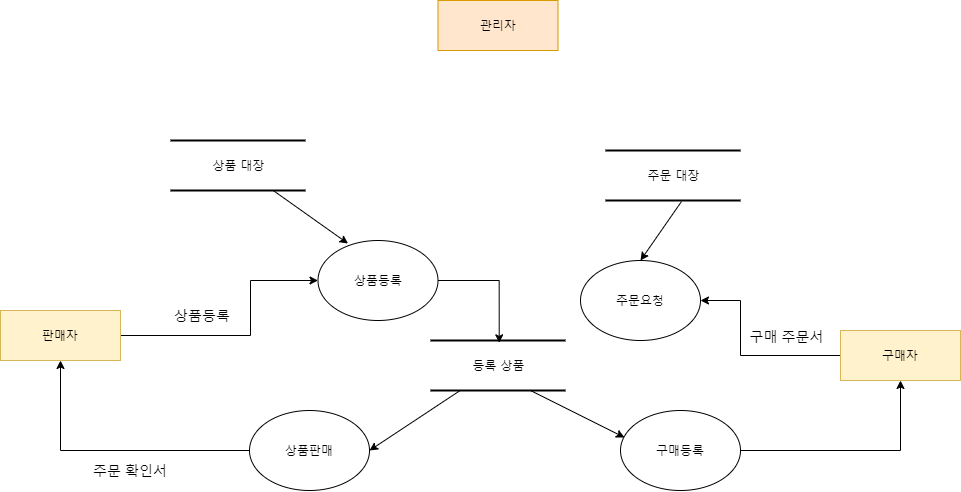
Earlier version of the draw.io export Untitled Diagram.png (osiris0607/Project). Source tidied: cells renumbered, new cells last; positions are measured from the earlier drawing's top-left corner, leaving out a move shared by most shapes.
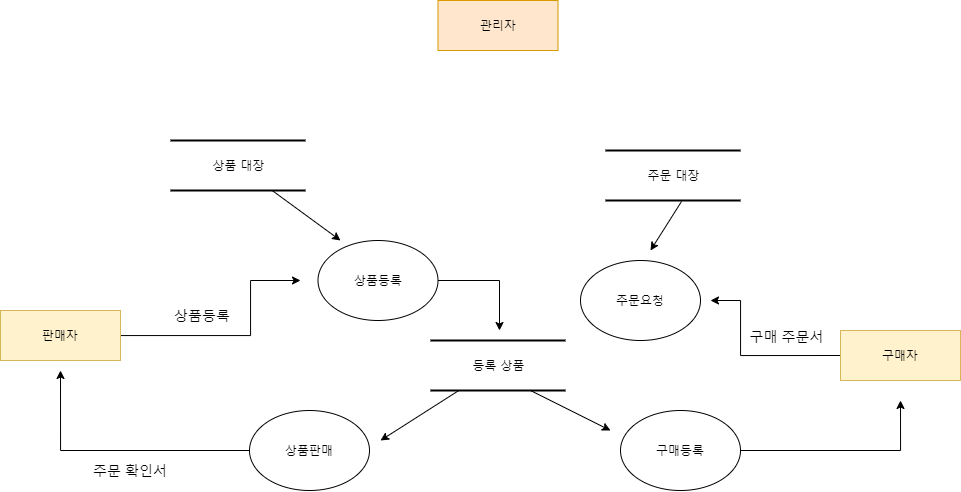
Above is the later version.

The edit, as a diff of the source:
```diff
@@ -2,8 +2,9 @@
   <root>
     <mxCell id="0" />
     <mxCell id="1" parent="0" />
-    <mxCell id="2" style="edgeStyle=orthogonalEdgeStyle;rounded=0;jettySize=auto;html=1;exitX=0;exitY=0.5;exitDx=0;exitDy=0;" parent="1" edge="1" source="3" target="12">
+    <mxCell id="2" style="edgeStyle=orthogonalEdgeStyle;rounded=0;jettySize=auto;html=1;exitX=0;exitY=0.5;exitDx=0;exitDy=0;" parent="1" edge="1" source="3">
       <mxGeometry relative="1" as="geometry">
+        <mxPoint x="710" y="300" as="targetPoint" />
         <Array as="points">
           <mxPoint x="740" y="355" />
           <mxPoint x="740" y="300" />
@@ -16,8 +17,9 @@
     <mxCell id="4" value="등록 상품" style="html=1;rounded=0;shadow=0;comic=0;labelBackgroundColor=none;strokeWidth=2;fontFamily=Verdana;fontSize=12;align=center;shape=mxgraph.ios7ui.horLines;" parent="1" vertex="1">
       <mxGeometry x="430" y="340" width="135" height="50" as="geometry" />
     </mxCell>
-    <mxCell id="5" style="edgeStyle=orthogonalEdgeStyle;rounded=0;jettySize=auto;html=1;entryX=0;entryY=0.5;entryDx=0;entryDy=0;" parent="1" edge="1" source="6" target="9">
+    <mxCell id="5" style="edgeStyle=orthogonalEdgeStyle;rounded=0;jettySize=auto;html=1;" parent="1" edge="1" source="6">
       <mxGeometry relative="1" as="geometry">
+        <mxPoint x="300" y="280" as="targetPoint" />
         <Array as="points">
           <mxPoint x="250" y="335" />
           <mxPoint x="250" y="280" />
@@ -30,8 +32,10 @@
     <mxCell id="7" value="관리자" style="whiteSpace=wrap;html=1;rounded=0;shadow=0;comic=0;labelBackgroundColor=none;strokeWidth=1;fontFamily=Verdana;fontSize=12;align=center;fillColor=#ffe6cc;strokeColor=#d79b00;" parent="1" vertex="1">
       <mxGeometry x="437.5" width="120" height="50" as="geometry" />
     </mxCell>
-    <mxCell id="8" style="edgeStyle=orthogonalEdgeStyle;rounded=0;jettySize=auto;html=1;exitX=1;exitY=0.5;exitDx=0;exitDy=0;entryX=0.509;entryY=0.047;entryDx=0;entryDy=0;entryPerimeter=0;" parent="1" edge="1" source="9" target="4">
-      <mxGeometry relative="1" as="geometry" />
+    <mxCell id="8" style="edgeStyle=orthogonalEdgeStyle;rounded=0;jettySize=auto;html=1;exitX=1;exitY=0.5;exitDx=0;exitDy=0;" parent="1" edge="1" source="9">
+      <mxGeometry relative="1" as="geometry">
+        <mxPoint x="499" y="330" as="targetPoint" />
+      </mxGeometry>
     </mxCell>
     <mxCell id="9" value="상품등록" style="ellipse;whiteSpace=wrap;html=1;" parent="1" vertex="1">
       <mxGeometry x="317.5" y="240" width="120" height="80" as="geometry" />
@@ -47,7 +51,7 @@
     </mxCell>
     <mxCell id="13" style="edgeStyle=orthogonalEdgeStyle;rounded=0;jettySize=auto;html=1;exitX=1;exitY=0.5;exitDx=0;exitDy=0;" parent="1" edge="1" source="14">
       <mxGeometry relative="1" as="geometry">
-        <mxPoint x="900" y="380" as="targetPoint" />
+        <mxPoint x="900" y="400" as="targetPoint" />
       </mxGeometry>
     </mxCell>
     <mxCell id="14" value="구매등록" style="ellipse;whiteSpace=wrap;html=1;" parent="1" vertex="1">
@@ -55,26 +59,32 @@
     </mxCell>
     <mxCell id="15" style="edgeStyle=orthogonalEdgeStyle;rounded=0;jettySize=auto;html=1;exitX=0;exitY=0.5;exitDx=0;exitDy=0;" parent="1" edge="1" source="16">
       <mxGeometry relative="1" as="geometry">
-        <mxPoint x="60" y="360" as="targetPoint" />
+        <mxPoint x="60" y="370" as="targetPoint" />
       </mxGeometry>
     </mxCell>
     <mxCell id="16" value="상품판매" style="ellipse;whiteSpace=wrap;html=1;" parent="1" vertex="1">
       <mxGeometry x="249" y="410" width="120" height="80" as="geometry" />
     </mxCell>
-    <mxCell id="17" style="endArrow=classic;html=1;entryX=1;entryY=0.5;entryDx=0;entryDy=0;" parent="1" edge="1" source="4" target="16">
-      <mxGeometry relative="1" as="geometry" />
+    <mxCell id="17" style="endArrow=classic;html=1;" parent="1" edge="1" source="4">
+      <mxGeometry relative="1" as="geometry">
+        <mxPoint x="380" y="440" as="targetPoint" />
+      </mxGeometry>
     </mxCell>
     <mxCell id="18" style="endArrow=classic;html=1;" parent="1" edge="1">
       <mxGeometry relative="1" as="geometry">
         <mxPoint x="530" y="390" as="sourcePoint" />
-        <mxPoint x="624" y="437" as="targetPoint" />
+        <mxPoint x="610" y="430" as="targetPoint" />
       </mxGeometry>
     </mxCell>
-    <mxCell id="19" style="endArrow=classic;html=1;entryX=0.25;entryY=0.038;entryDx=0;entryDy=0;entryPerimeter=0;" parent="1" edge="1" source="10" target="9">
-      <mxGeometry relative="1" as="geometry" />
+    <mxCell id="19" style="endArrow=classic;html=1;" parent="1" edge="1" source="10">
+      <mxGeometry relative="1" as="geometry">
+        <mxPoint x="340" y="240" as="targetPoint" />
+      </mxGeometry>
     </mxCell>
-    <mxCell id="20" style="endArrow=classic;html=1;entryX=0.5;entryY=0;entryDx=0;entryDy=0;exitX=0.563;exitY=1.02;exitDx=0;exitDy=0;exitPerimeter=0;" parent="1" edge="1" source="11" target="12">
-      <mxGeometry relative="1" as="geometry" />
+    <mxCell id="20" style="endArrow=classic;html=1;exitX=0.563;exitY=1.02;exitDx=0;exitDy=0;exitPerimeter=0;" parent="1" edge="1" source="11">
+      <mxGeometry relative="1" as="geometry">
+        <mxPoint x="650" y="250" as="targetPoint" />
+      </mxGeometry>
     </mxCell>
     <mxCell id="21" value="&lt;font style=&quot;font-size: 14px&quot;&gt;상품등록&lt;/font&gt;" style="text;html=1;strokeColor=none;fillColor=none;align=center;verticalAlign=middle;whiteSpace=wrap;rounded=0;" parent="1" vertex="1">
       <mxGeometry x="167" y="305" width="70" height="20" as="geometry" />
```
